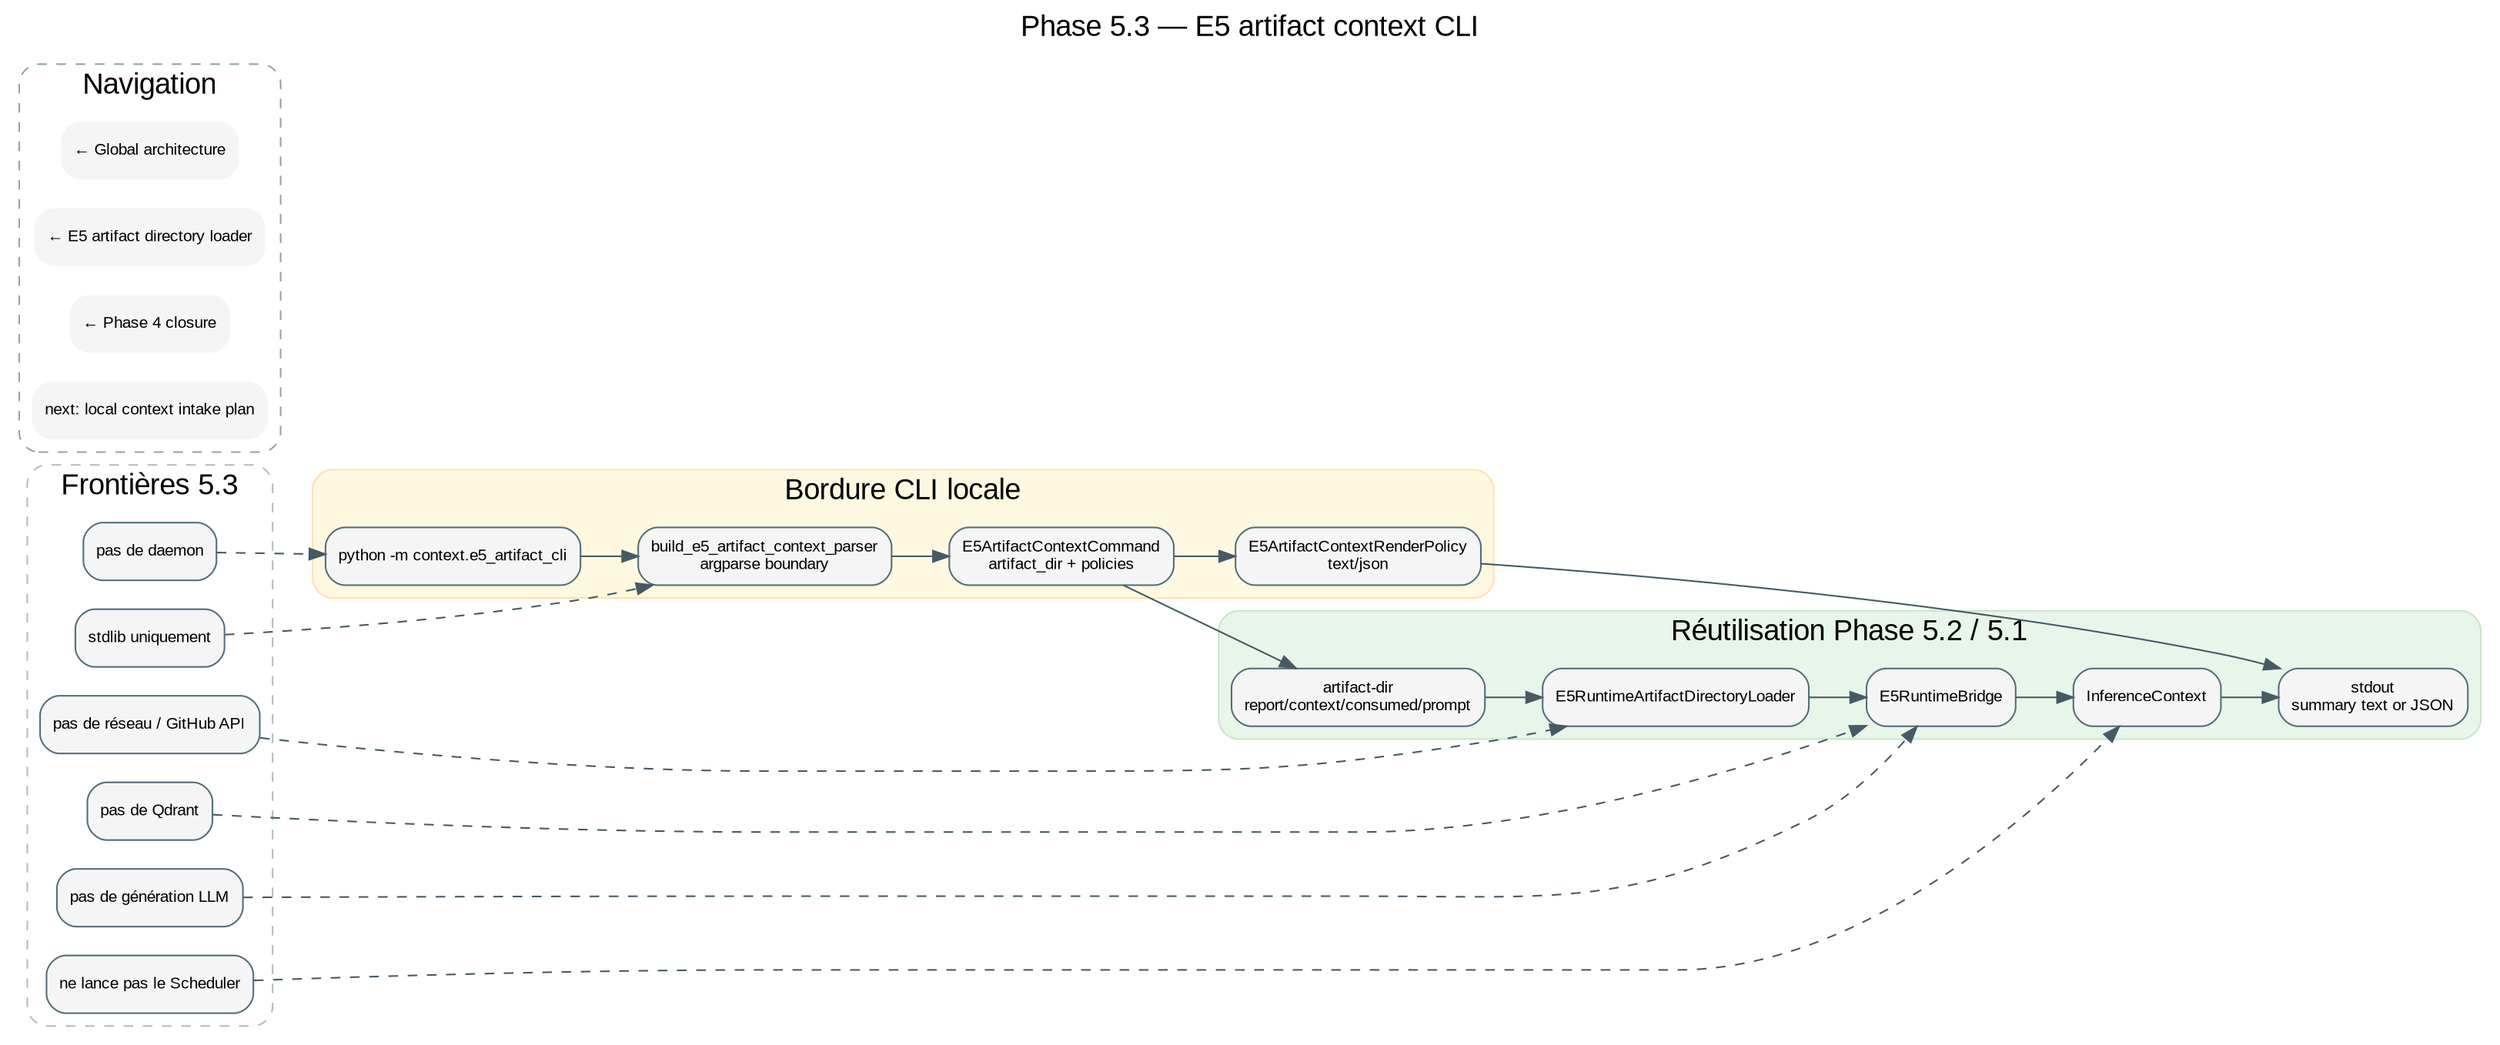
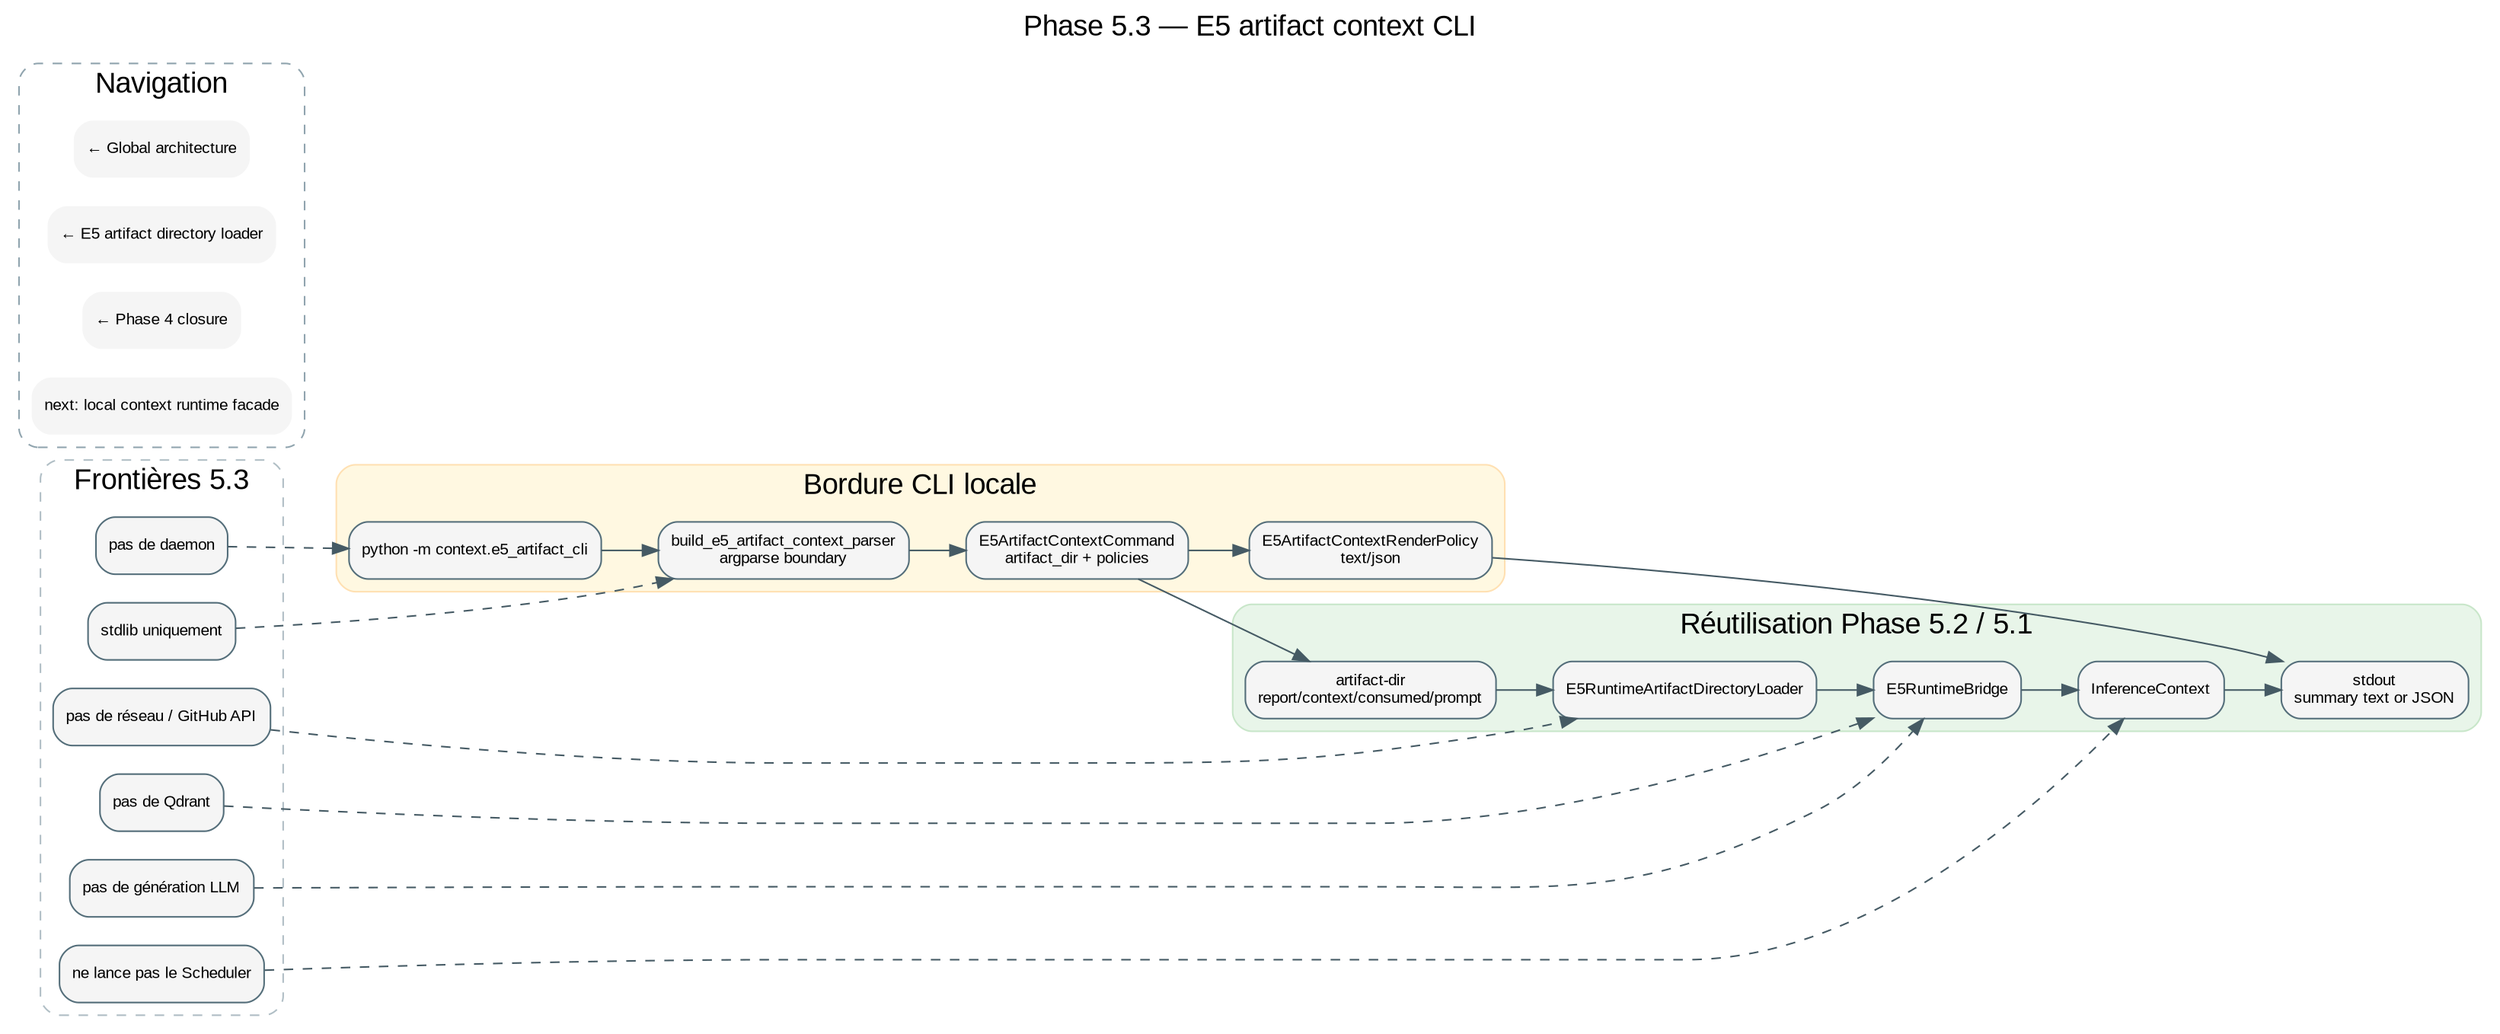
digraph E5ArtifactContextCli {
  graph [
    label="Phase 5.3 — E5 artifact context CLI",
    labelloc=t,
    fontsize=18,
    fontname="Arial",
    rankdir=LR,
    bgcolor="#ffffff"
  ];

  node [shape=box, style="rounded,filled", fontname="Arial", fontsize=10, fillcolor="#f5f5f5", color="#546e7a"];
  edge [fontname="Arial", fontsize=9, color="#455a64"];

  // ROADMAP_PARENT: context/26_e5_artifact_directory_loader.dot

  subgraph cluster_cli {
    label="Bordure CLI locale";
    style="rounded,filled";
    color="#ffe0b2";
    fillcolor="#fff8e1";

    PythonModule [label="python -m context.e5_artifact_cli"];
    Parser [label="build_e5_artifact_context_parser
argparse boundary"];
    Command [label="E5ArtifactContextCommand
artifact_dir + policies"];
    Render [label="E5ArtifactContextRenderPolicy
text/json"];
  }

  subgraph cluster_runtime {
    label="Réutilisation Phase 5.2 / 5.1";
    style="rounded,filled";
    color="#c8e6c9";
    fillcolor="#e8f5e9";

    ArtifactDir [label="artifact-dir
report/context/consumed/prompt"];
    Loader [label="E5RuntimeArtifactDirectoryLoader", URL="26_e5_artifact_directory_loader.svg"];
    Bridge [label="E5RuntimeBridge", URL="25_e5_runtime_bridge.svg"];
    InferenceContext [label="InferenceContext", URL="20_context.svg"];
    Output [label="stdout
summary text or JSON"];
  }

  subgraph cluster_boundaries {
    label="Frontières 5.3";
    style="rounded,dashed";
    color="#b0bec5";

    NoDaemon [label="pas de daemon"];
    NoScheduler [label="ne lance pas le Scheduler"];
    NoQdrant [label="pas de Qdrant"];
    NoNetwork [label="pas de réseau / GitHub API"];
    NoLLM [label="pas de génération LLM"];
    Stdlib [label="stdlib uniquement"];
  }

  PythonModule -> Parser;
  Parser -> Command;
  Command -> Render;
  Command -> ArtifactDir;
  ArtifactDir -> Loader;
  Loader -> Bridge;
  Bridge -> InferenceContext;
  InferenceContext -> Output;
  Render -> Output;

  NoDaemon -> PythonModule [style=dashed];
  NoScheduler -> InferenceContext [style=dashed];
  NoQdrant -> Bridge [style=dashed];
  NoNetwork -> Loader [style=dashed];
  NoLLM -> Bridge [style=dashed];
  Stdlib -> Parser [style=dashed];

  subgraph cluster_navigation {
    label="Navigation";
    style="rounded,dashed";
    color="#90a4ae";

    Global [label="← Global architecture", shape=plaintext, URL="../00_global.svg"];
    Parent [label="← E5 artifact directory loader", shape=plaintext, URL="26_e5_artifact_directory_loader.svg"];
    Phase4 [label="← Phase 4 closure", shape=plaintext, URL="../inference/74_e5_phase4_closure.svg"];
-     Next [label="next: local context intake plan", shape=plaintext];
+     Next [label="next: local context runtime facade", shape=plaintext, URL="28_e5_local_context_runtime.svg"];
  }

  // HTML_DETAIL[phase5_3]: La CLI est une bordure de vérification locale : elle charge un artifact-dir Phase 4 et affiche l'InferenceContext produit sans daemon, réseau, Scheduler, Qdrant ni LLM.
}
